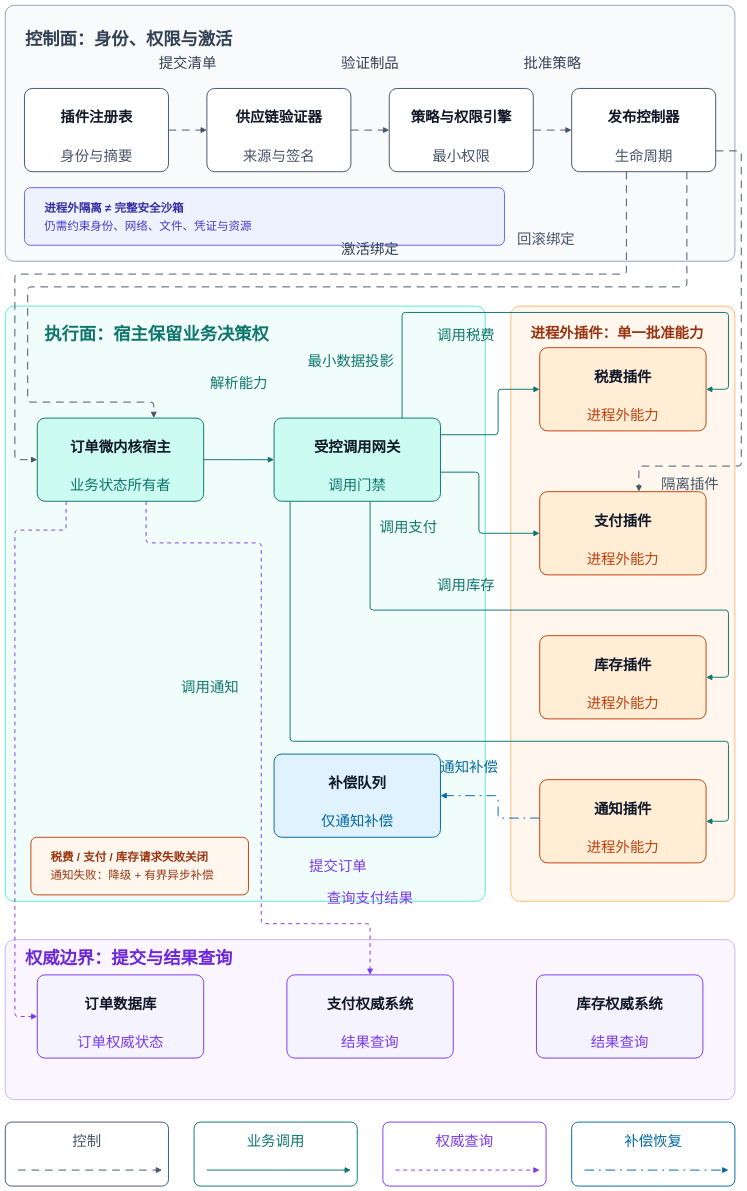
Above: diagrams/sty-10-microkernel-order-plugins.drawio in sealday/tego-arch (draw.io), before the change. Source tidied: cells renumbered, new cells numbered last; positions are measured from the earlier drawing's top-left corner, leaving out a move shared by most shapes. Both pictures are drawn from the tidied source at 32%, with x=0, y=0 at pixel (5, 5).
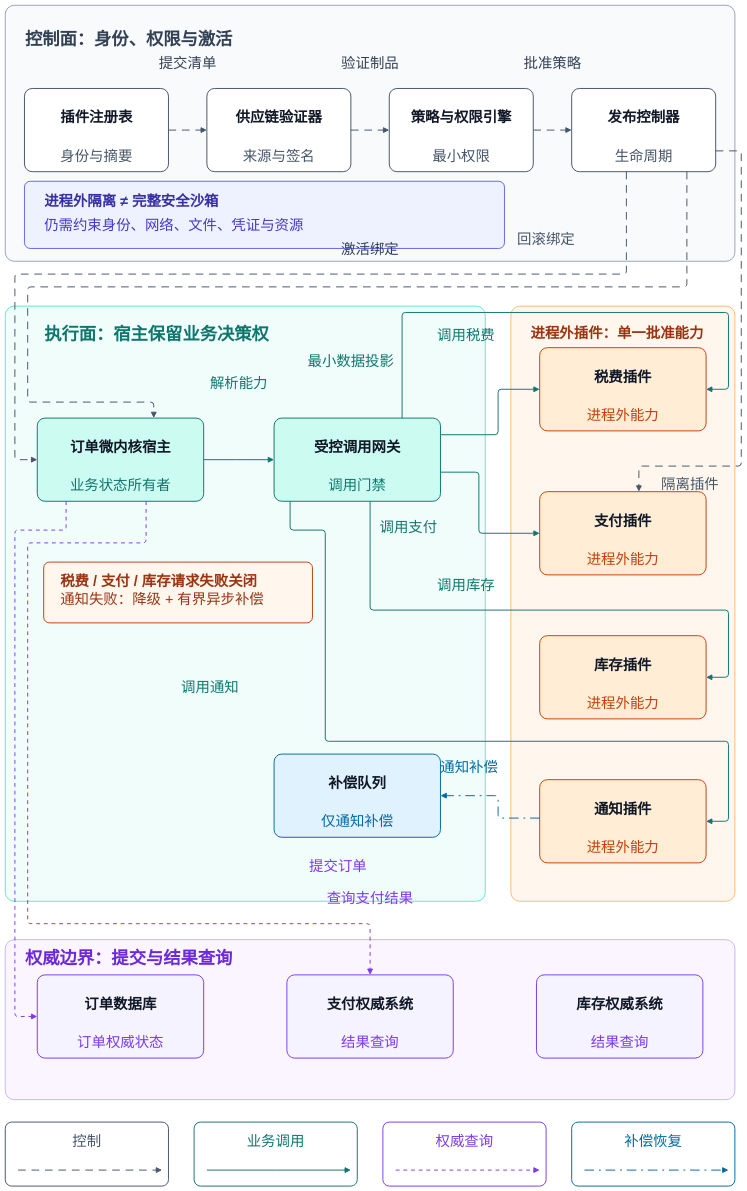
The same diagram, later.

Commit message (it also covers changes not shown here):
docs: enlarge STY-10 diagram notes

The change refers to these unchanged cells:
```xml
<mxCell id="18" style="semanticRole=node-shape;shape=rectangle;rounded=1;absoluteArcSize=1;arcSize=48;fillColor=#CCFBF1;strokeColor=#0F766E;strokeWidth=3;textOpacity=0;" parent="1" vertex="1">
  <mxGeometry x="100" y="1290" width="520" height="260" as="geometry" />
</mxCell>
<mxCell id="19" style="semanticRole=node-shape;shape=rectangle;rounded=1;absoluteArcSize=1;arcSize=48;fillColor=#CCFBF1;strokeColor=#0F766E;strokeWidth=3;textOpacity=0;" parent="1" vertex="1">
  <mxGeometry x="840" y="1290" width="520" height="260" as="geometry" />
</mxCell>
<mxCell id="24" style="semanticRole=node-shape;shape=rectangle;rounded=1;absoluteArcSize=1;arcSize=48;fillColor=#FFEDD5;strokeColor=#C2410C;strokeWidth=3;textOpacity=0;" parent="1" vertex="1">
  <mxGeometry x="1670" y="2420" width="520" height="260" as="geometry" />
</mxCell>
<mxCell id="26" style="semanticRole=node-shape;shape=rectangle;rounded=1;absoluteArcSize=1;arcSize=48;fillColor=#F5F3FF;strokeColor=#7C3AED;strokeWidth=3;textOpacity=0;" parent="1" vertex="1">
  <mxGeometry x="880" y="3030" width="520" height="260" as="geometry" />
</mxCell>
```

The edit, as a diff of the source:
```diff
@@
     <mxCell id="56" style="semanticRole=note-card;noteRegion=control-plane;shape=rectangle;rounded=1;absoluteArcSize=1;arcSize=36;fillColor=#EEF2FF;strokeColor=#6366F1;strokeWidth=3;textOpacity=0;" parent="1" vertex="1">
-      <mxGeometry x="60" y="570" width="1500" height="180" as="geometry" />
+      <mxGeometry x="60" y="550" width="1500" height="210" as="geometry" />
     </mxCell>
-    <mxCell id="57" value="进程外隔离 ≠ 完整安全沙箱" style="semanticRole=note-text;strokeColor=none;fillColor=none;fontSize=36;fontStyle=1;fontFamily=Arial;fontColor=#3730A3;align=left;verticalAlign=middle;" parent="1" vertex="1">
-      <mxGeometry x="120" y="598" width="1320" height="60" as="geometry" />
+    <mxCell id="57" value="进程外隔离 ≠ 完整安全沙箱" style="semanticRole=note-text;strokeColor=none;fillColor=none;fontSize=45;fontStyle=1;fontFamily=Arial;fontColor=#3730A3;align=left;verticalAlign=middle;" parent="1" vertex="1">
+      <mxGeometry x="120" y="575" width="1320" height="65" as="geometry" />
     </mxCell>
-    <mxCell id="58" value="仍需约束身份、网络、文件、凭证与资源" style="semanticRole=note-text;strokeColor=none;fillColor=none;fontSize=36;fontFamily=Arial;fontColor=#4338CA;align=left;verticalAlign=middle;" parent="1" vertex="1">
-      <mxGeometry x="120" y="655" width="1320" height="60" as="geometry" />
+    <mxCell id="58" value="仍需约束身份、网络、文件、凭证与资源" style="semanticRole=note-text;strokeColor=none;fillColor=none;fontSize=45;fontFamily=Arial;fontColor=#4338CA;align=left;verticalAlign=middle;" parent="1" vertex="1">
+      <mxGeometry x="120" y="649" width="1320" height="65" as="geometry" />
     </mxCell>
     <mxCell id="59" style="semanticRole=note-card;noteRegion=execution-plane;shape=rectangle;rounded=1;absoluteArcSize=1;arcSize=36;fillColor=#FFF7ED;strokeColor=#C2410C;strokeWidth=3;textOpacity=0;" parent="1" vertex="1">
-      <mxGeometry x="80" y="2600" width="680" height="180" as="geometry" />
+      <mxGeometry x="120" y="1740" width="840" height="190" as="geometry" />
     </mxCell>
-    <mxCell id="60" value="税费 / 支付 / 库存请求失败关闭" style="semanticRole=note-text;strokeColor=none;fillColor=none;fontSize=36;fontStyle=1;fontFamily=Arial;fontColor=#9A3412;align=left;verticalAlign=middle;" parent="1" vertex="1">
-      <mxGeometry x="140" y="2628" width="560" height="60" as="geometry" />
+    <mxCell id="60" value="税费 / 支付 / 库存请求失败关闭" style="semanticRole=note-text;strokeColor=none;fillColor=none;fontSize=45;fontStyle=1;fontFamily=Arial;fontColor=#9A3412;align=left;verticalAlign=middle;" parent="1" vertex="1">
+      <mxGeometry x="170" y="1765" width="720" height="60" as="geometry" />
     </mxCell>
-    <mxCell id="61" value="通知失败：降级 + 有界异步补偿" style="semanticRole=note-text;strokeColor=none;fillColor=none;fontSize=36;fontFamily=Arial;fontColor=#9A3412;align=left;verticalAlign=middle;" parent="1" vertex="1">
-      <mxGeometry x="140" y="2685" width="560" height="60" as="geometry" />
+    <mxCell id="61" value="通知失败：降级 + 有界异步补偿" style="semanticRole=note-text;strokeColor=none;fillColor=none;fontSize=45;fontFamily=Arial;fontColor=#9A3412;align=left;verticalAlign=middle;" parent="1" vertex="1">
+      <mxGeometry x="170" y="1820" width="720" height="60" as="geometry" />
     </mxCell>
@@
     <mxCell id="83" style="semanticRole=invocation;strokeColor=#0F766E;strokeWidth=3;dashed=0;dashPattern=;endArrow=block;endFill=1;endSize=12;exitX=0.0961538462;exitY=1;exitDx=0;exitDy=0;exitPerimeter=1;entryX=1;entryY=0.5;entryDx=0;entryDy=0;entryPerimeter=1;" parent="1" edge="1" source="19" target="24">
       <mxGeometry relative="1" as="geometry">
         <Array as="points">
-          <mxPoint x="890" y="2300" />
+          <mxPoint x="890" y="1640" />
+          <mxPoint x="1000" y="1640" />
+          <mxPoint x="1000" y="2300" />
           <mxPoint x="2260" y="2300" />
           <mxPoint x="2260" y="2550" />
         </Array>
       </mxGeometry>
     </mxCell>
@@
     <mxCell id="85" style="semanticRole=authority;strokeColor=#7C3AED;strokeWidth=3;dashed=1;dashPattern=4 4;endArrow=block;endFill=1;endSize=12;exitX=0.6538461538;exitY=1;exitDx=0;exitDy=0;exitPerimeter=1;entryX=0.5;entryY=0;entryDx=0;entryDy=0;entryPerimeter=1;" parent="1" edge="1" source="18" target="26">
       <mxGeometry relative="1" as="geometry">
         <Array as="points">
           <mxPoint x="440" y="1680" />
-          <mxPoint x="800" y="1680" />
-          <mxPoint x="800" y="2870" />
+          <mxPoint x="70" y="1680" />
+          <mxPoint x="70" y="2870" />
           <mxPoint x="1140" y="2870" />
         </Array>
       </mxGeometry>
     </mxCell>
```
